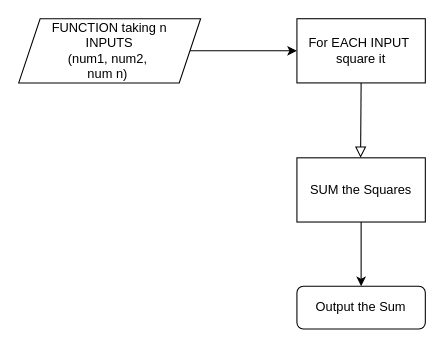
Before: public/Untitled Diagram.drawio in nicky-ops/continuous_delivery, a draw.io diagram. Source tidied: cells renumbered, new cells numbered last; positions are measured from the earlier drawing's top-left corner, leaving out a move shared by most shapes. Both pictures are drawn from the tidied source at 107%, with x=0, y=0 at pixel (18, 18).
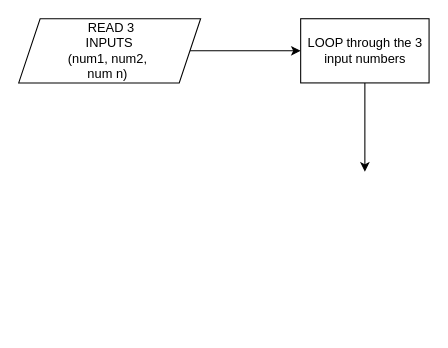
The same page after the edit.

The edit, as a diff of the source:
```diff
@@
 <mxGraphModel>
   <root>
     <mxCell id="0" />
     <mxCell id="1" parent="0" />
-    <mxCell id="2" style="rounded=0;html=1;jettySize=auto;fontSize=11;endArrow=block;endFill=0;endSize=8;strokeWidth=1;shadow=0;labelBackgroundColor=none;edgeStyle=orthogonalEdgeStyle;exitX=0.5;exitY=1;exitDx=0;exitDy=0;" parent="1" edge="1" source="6">
-      <mxGeometry relative="1" as="geometry">
-        <mxPoint x="319.5" y="130" as="targetPoint" />
-      </mxGeometry>
-    </mxCell>
-    <mxCell id="3" value="Output the Sum" style="rounded=1;whiteSpace=wrap;html=1;fontSize=12;glass=0;strokeWidth=1;shadow=0;" parent="1" vertex="1">
-      <mxGeometry x="260" y="250" width="120" height="40" as="geometry" />
-    </mxCell>
-    <mxCell id="4" style="edgeStyle=orthogonalEdgeStyle;rounded=0;jettySize=auto;html=1;entryX=0;entryY=0.5;entryDx=0;entryDy=0;" parent="1" edge="1" source="5">
-      <mxGeometry relative="1" as="geometry">
-        <mxPoint x="260" y="30" as="targetPoint" />
-      </mxGeometry>
+    <mxCell id="4" style="edgeStyle=orthogonalEdgeStyle;rounded=0;jettySize=auto;html=1;entryX=0;entryY=0.5;entryDx=0;entryDy=0;" parent="1" edge="1" source="5" target="10">
+      <mxGeometry relative="1" as="geometry" />
     </mxCell>
-    <mxCell id="5" value="FUNCTION taking n &lt;br&gt;INPUTS&lt;br&gt;(num1, num2,&amp;nbsp;&lt;br&gt;num n)&lt;span style=&quot;white-space: pre;&quot;&gt; &lt;/span&gt;" style="shape=parallelogram;perimeter=parallelogramPerimeter;whiteSpace=wrap;html=1;fixedSize=1;fontFamily=Helvetica;" parent="1" vertex="1">
+    <mxCell id="5" value="&amp;nbsp;READ 3&lt;br&gt;INPUTS&lt;br&gt;(num1, num2,&amp;nbsp;&lt;br&gt;num n)&lt;span style=&quot;white-space: pre;&quot;&gt; &lt;/span&gt;" style="shape=parallelogram;perimeter=parallelogramPerimeter;whiteSpace=wrap;html=1;fixedSize=1;fontFamily=Helvetica;" parent="1" vertex="1">
       <mxGeometry width="170" height="60" as="geometry" />
     </mxCell>
-    <mxCell id="6" value="For EACH INPUT&amp;nbsp;&lt;br&gt;square it" style="rounded=0;whiteSpace=wrap;html=1;fontFamily=Helvetica;" parent="1" vertex="1">
-      <mxGeometry x="260" width="120" height="60" as="geometry" />
-    </mxCell>
-    <mxCell id="7" style="edgeStyle=orthogonalEdgeStyle;rounded=0;jettySize=auto;html=1;entryX=0.5;entryY=0;entryDx=0;entryDy=0;fontFamily=Helvetica;" parent="1" edge="1" source="8" target="3">
-      <mxGeometry relative="1" as="geometry" />
-    </mxCell>
-    <mxCell id="8" value="SUM the Squares" style="rounded=0;whiteSpace=wrap;html=1;fontFamily=Helvetica;" parent="1" vertex="1">
-      <mxGeometry x="260" y="130" width="120" height="60" as="geometry" />
-    </mxCell>
+    <mxCell id="9" style="edgeStyle=orthogonalEdgeStyle;rounded=0;jettySize=auto;html=1;" parent="1" edge="1" source="10">
+      <mxGeometry relative="1" as="geometry">
+        <mxPoint x="323.5" y="143" as="targetPoint" />
+      </mxGeometry>
+    </mxCell>
+    <mxCell id="10" value="LOOP through the 3 input numbers" style="rounded=0;whiteSpace=wrap;html=1;" parent="1" vertex="1">
+      <mxGeometry x="263.5" width="120" height="60" as="geometry" />
+    </mxCell>
   </root>
 </mxGraphModel>
```
